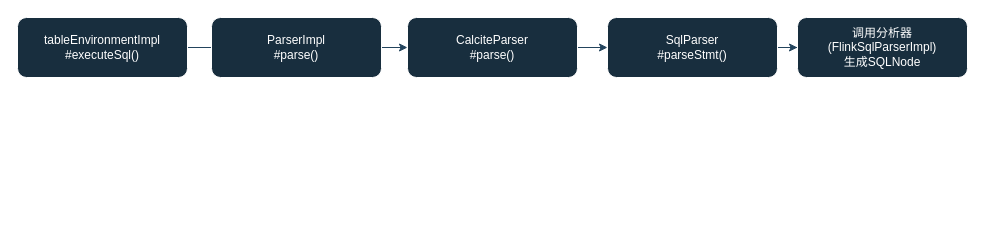
Before: flink-sql-Parse.drawio in david-gao1/diagrams, a draw.io diagram. Source tidied: cells renumbered, new cells numbered last; positions are measured from the earlier drawing's top-left corner, leaving out a move shared by most shapes. Both pictures are drawn from the tidied source at 100%, with x=0, y=0 at pixel (17, 17).
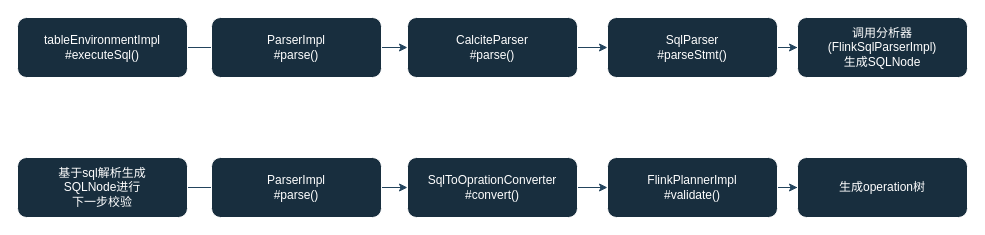
After the change.

Change to the diagram source:
```diff
@@
+    <mxCell id="11" style="edgeStyle=orthogonalEdgeStyle;rounded=0;jettySize=auto;html=1;labelBackgroundColor=none;strokeColor=#23445D;fontColor=default;" parent="1" edge="1" source="12">
+      <mxGeometry relative="1" as="geometry">
+        <mxPoint x="244" y="170" as="targetPoint" />
+      </mxGeometry>
+    </mxCell>
+    <mxCell id="12" value="&lt;div&gt;基于sql解析生成&lt;/div&gt;&lt;div&gt;SQLNode进行&lt;/div&gt;&lt;div&gt;下一步校验&lt;/div&gt;" style="rounded=1;whiteSpace=wrap;html=1;labelBackgroundColor=none;fillColor=#182E3E;strokeColor=#FFFFFF;fontColor=#FFFFFF;" parent="1" vertex="1">
+      <mxGeometry y="140" width="170" height="60" as="geometry" />
+    </mxCell>
+    <mxCell id="13" style="edgeStyle=orthogonalEdgeStyle;rounded=0;jettySize=auto;html=1;labelBackgroundColor=none;strokeColor=#23445D;fontColor=default;" parent="1" edge="1" source="14" target="16">
+      <mxGeometry relative="1" as="geometry" />
+    </mxCell>
+    <mxCell id="14" value="&lt;div&gt;ParserImpl&lt;/div&gt;&lt;div&gt;#parse()&lt;/div&gt;" style="rounded=1;whiteSpace=wrap;html=1;labelBackgroundColor=none;fillColor=#182E3E;strokeColor=#FFFFFF;fontColor=#FFFFFF;" parent="1" vertex="1">
+      <mxGeometry x="194" y="140" width="170" height="60" as="geometry" />
+    </mxCell>
+    <mxCell id="15" style="edgeStyle=orthogonalEdgeStyle;rounded=0;jettySize=auto;html=1;labelBackgroundColor=none;strokeColor=#23445D;fontColor=default;" parent="1" edge="1" source="16" target="18">
+      <mxGeometry relative="1" as="geometry" />
+    </mxCell>
+    <mxCell id="16" value="&lt;div&gt;SqlToOprationConverter&lt;/div&gt;&lt;div&gt;#convert()&lt;/div&gt;" style="rounded=1;whiteSpace=wrap;html=1;labelBackgroundColor=none;fillColor=#182E3E;strokeColor=#FFFFFF;fontColor=#FFFFFF;" parent="1" vertex="1">
+      <mxGeometry x="390" y="140" width="170" height="60" as="geometry" />
+    </mxCell>
+    <mxCell id="17" style="edgeStyle=orthogonalEdgeStyle;rounded=0;jettySize=auto;html=1;labelBackgroundColor=none;strokeColor=#23445D;fontColor=default;" parent="1" edge="1" source="18" target="19">
+      <mxGeometry relative="1" as="geometry" />
+    </mxCell>
+    <mxCell id="18" value="&lt;div&gt;FlinkPlannerImpl&lt;/div&gt;&lt;div&gt;#validate()&lt;/div&gt;" style="rounded=1;whiteSpace=wrap;html=1;labelBackgroundColor=none;fillColor=#182E3E;strokeColor=#FFFFFF;fontColor=#FFFFFF;" parent="1" vertex="1">
+      <mxGeometry x="590" y="140" width="170" height="60" as="geometry" />
+    </mxCell>
+    <mxCell id="19" value="生成operation树" style="rounded=1;whiteSpace=wrap;html=1;labelBackgroundColor=none;fillColor=#182E3E;strokeColor=#FFFFFF;fontColor=#FFFFFF;" parent="1" vertex="1">
+      <mxGeometry x="780" y="140" width="170" height="60" as="geometry" />
+    </mxCell>
```
